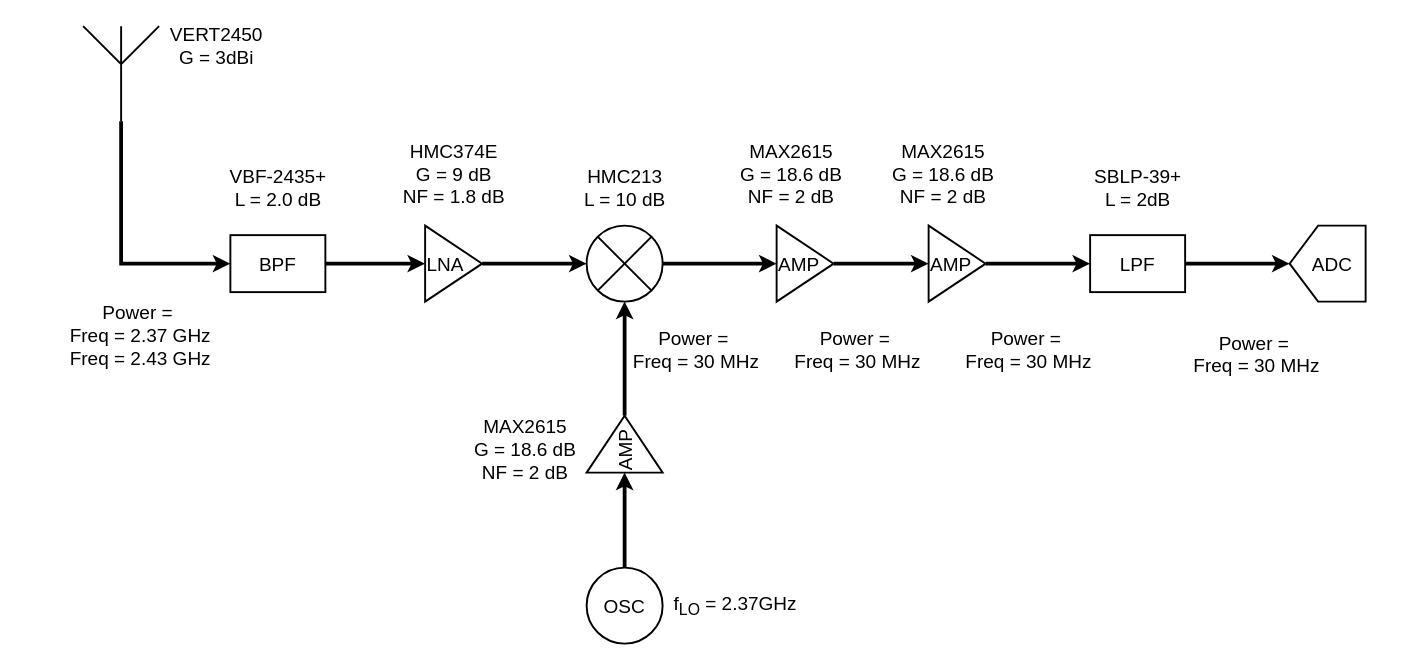
Before: Receiver.drawio in chenbin234/MCC125-Wireless-link-project, a draw.io diagram. Source tidied: cells renumbered, new cells numbered last; positions are measured from the earlier drawing's top-left corner, leaving out a move shared by most shapes. Both pictures are drawn from the tidied source at 95%, with x=0, y=0 at pixel (59, 16).
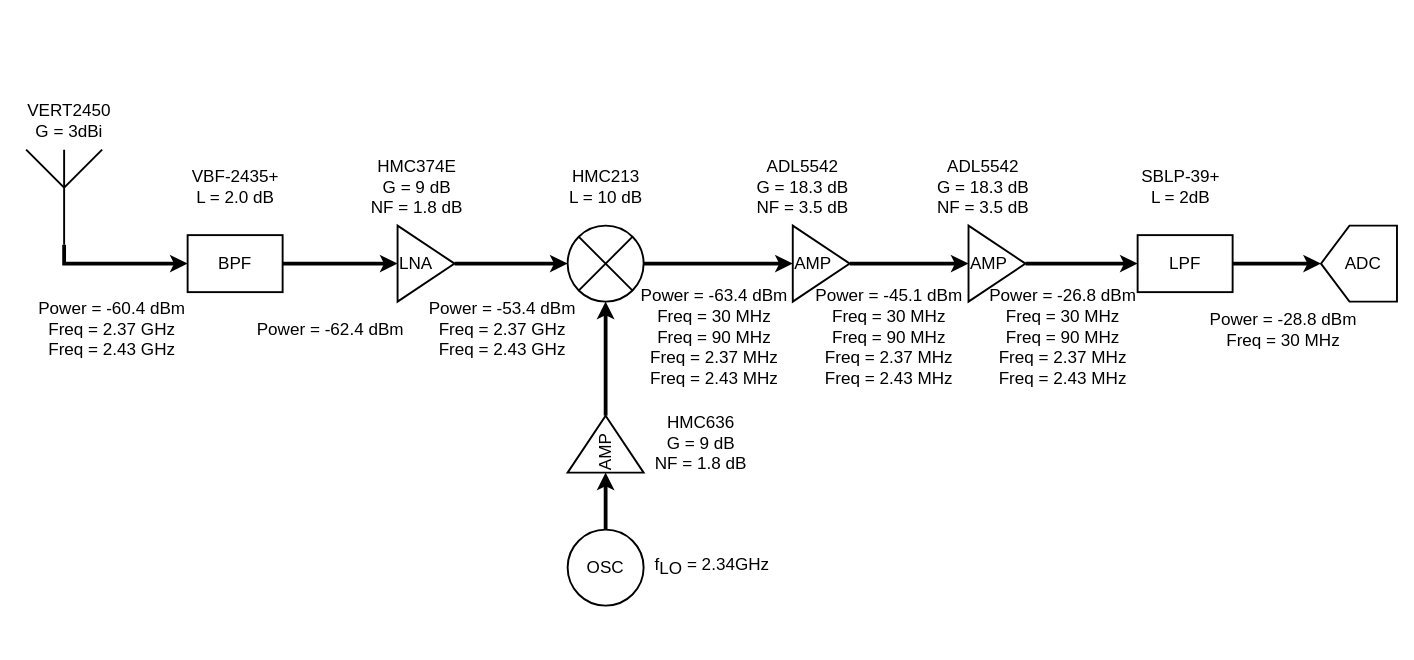
The same diagram, later.

The edit, as a diff of the source:
```diff
@@
-    <mxCell id="2" style="edgeStyle=orthogonalEdgeStyle;rounded=0;jettySize=auto;html=1;exitX=0.5;exitY=1;exitDx=0;exitDy=0;exitPerimeter=0;entryX=0;entryY=0.5;entryDx=0;entryDy=0;strokeWidth=4;" parent="1" edge="1" source="3" target="5">
+    <mxCell id="2" style="edgeStyle=orthogonalEdgeStyle;rounded=0;jettySize=auto;html=1;exitX=0.5;exitY=1;exitDx=0;exitDy=0;exitPerimeter=0;entryX=0;entryY=0.5;entryDx=0;entryDy=0;strokeWidth=4;fontSize=18;" parent="1" edge="1" source="3" target="5">
       <mxGeometry relative="1" as="geometry">
         <Array as="points">
-          <mxPoint x="65" y="110" />
-          <mxPoint x="65" y="260" />
+          <mxPoint x="5" y="260" />
         </Array>
       </mxGeometry>
     </mxCell>
-    <mxCell id="3" style="verticalLabelPosition=bottom;shadow=0;dashed=0;align=center;html=1;verticalAlign=top;shape=mxgraph.electrical.radio.aerial_-_antenna_1;strokeWidth=2;" parent="1" vertex="1">
-      <mxGeometry x="25" y="10" width="80" height="100" as="geometry" />
+    <mxCell id="3" style="verticalLabelPosition=bottom;shadow=0;dashed=0;align=center;html=1;verticalAlign=top;shape=mxgraph.electrical.radio.aerial_-_antenna_1;strokeWidth=2;fontSize=18;" parent="1" vertex="1">
+      <mxGeometry x="-35" y="140" width="80" height="100" as="geometry" />
     </mxCell>
-    <mxCell id="4" style="edgeStyle=orthogonalEdgeStyle;rounded=0;jettySize=auto;html=1;entryX=0;entryY=0.5;entryDx=0;entryDy=0;strokeWidth=4;" parent="1" edge="1" source="5" target="7">
+    <mxCell id="4" style="edgeStyle=orthogonalEdgeStyle;rounded=0;jettySize=auto;html=1;entryX=0;entryY=0.5;entryDx=0;entryDy=0;strokeWidth=4;fontSize=18;" parent="1" edge="1" source="5" target="7">
       <mxGeometry relative="1" as="geometry" />
     </mxCell>
-    <mxCell id="5" value="&lt;font style=&quot;font-size: 20px;&quot;&gt;BPF&lt;/font&gt;" style="rounded=0;whiteSpace=wrap;html=1;strokeWidth=2;" parent="1" vertex="1">
-      <mxGeometry x="180" y="230" width="100" height="60" as="geometry" />
+    <mxCell id="5" value="&lt;font style=&quot;font-size: 18px;&quot;&gt;BPF&lt;/font&gt;" style="rounded=0;whiteSpace=wrap;html=1;strokeWidth=2;fontSize=18;" parent="1" vertex="1">
+      <mxGeometry x="135" y="230" width="100" height="60" as="geometry" />
     </mxCell>
-    <mxCell id="6" style="edgeStyle=orthogonalEdgeStyle;rounded=0;jettySize=auto;html=1;entryX=0;entryY=0.5;entryDx=0;entryDy=0;strokeWidth=4;" parent="1" edge="1" source="7" target="9">
+    <mxCell id="6" style="edgeStyle=orthogonalEdgeStyle;rounded=0;jettySize=auto;html=1;entryX=0;entryY=0.5;entryDx=0;entryDy=0;strokeWidth=4;fontSize=18;" parent="1" edge="1" source="7" target="9">
       <mxGeometry relative="1" as="geometry" />
     </mxCell>
-    <mxCell id="7" value="&lt;font style=&quot;font-size: 20px;&quot;&gt;LNA&lt;/font&gt;" style="triangle;whiteSpace=wrap;html=1;strokeWidth=2;align=left;" parent="1" vertex="1">
-      <mxGeometry x="385" y="220" width="60" height="80" as="geometry" />
+    <mxCell id="7" value="&lt;font style=&quot;font-size: 18px;&quot;&gt;LNA&lt;/font&gt;" style="triangle;whiteSpace=wrap;html=1;strokeWidth=2;align=left;fontSize=18;" parent="1" vertex="1">
+      <mxGeometry x="356" y="220" width="60" height="80" as="geometry" />
     </mxCell>
-    <mxCell id="8" style="edgeStyle=orthogonalEdgeStyle;rounded=0;jettySize=auto;html=1;exitX=1;exitY=0.5;exitDx=0;exitDy=0;entryX=0;entryY=0.5;entryDx=0;entryDy=0;strokeWidth=4;" parent="1" edge="1" source="9" target="11">
+    <mxCell id="8" style="edgeStyle=orthogonalEdgeStyle;rounded=0;jettySize=auto;html=1;exitX=1;exitY=0.5;exitDx=0;exitDy=0;entryX=0;entryY=0.5;entryDx=0;entryDy=0;strokeWidth=4;fontSize=18;" parent="1" edge="1" source="9" target="11">
       <mxGeometry relative="1" as="geometry" />
     </mxCell>
-    <mxCell id="9" style="shape=sumEllipse;perimeter=ellipsePerimeter;whiteSpace=wrap;html=1;backgroundOutline=1;strokeWidth=2;" parent="1" vertex="1">
-      <mxGeometry x="555" y="220" width="80" height="80" as="geometry" />
+    <mxCell id="9" style="shape=sumEllipse;perimeter=ellipsePerimeter;whiteSpace=wrap;html=1;backgroundOutline=1;strokeWidth=2;fontSize=18;" parent="1" vertex="1">
+      <mxGeometry x="535" y="220" width="80" height="80" as="geometry" />
     </mxCell>
-    <mxCell id="10" style="edgeStyle=orthogonalEdgeStyle;rounded=0;jettySize=auto;html=1;exitX=1;exitY=0.5;exitDx=0;exitDy=0;entryX=0;entryY=0.5;entryDx=0;entryDy=0;strokeWidth=4;" parent="1" edge="1" source="11" target="13">
+    <mxCell id="10" style="edgeStyle=orthogonalEdgeStyle;rounded=0;jettySize=auto;html=1;exitX=1;exitY=0.5;exitDx=0;exitDy=0;entryX=0;entryY=0.5;entryDx=0;entryDy=0;strokeWidth=4;fontSize=18;" parent="1" edge="1" source="11" target="13">
       <mxGeometry relative="1" as="geometry" />
     </mxCell>
-    <mxCell id="11" value="&lt;font style=&quot;font-size: 20px;&quot;&gt;AMP&lt;/font&gt;" style="triangle;whiteSpace=wrap;html=1;strokeWidth=2;align=left;" parent="1" vertex="1">
-      <mxGeometry x="755" y="220" width="60" height="80" as="geometry" />
+    <mxCell id="11" value="&lt;font style=&quot;font-size: 18px;&quot;&gt;AMP&lt;/font&gt;" style="triangle;whiteSpace=wrap;html=1;strokeWidth=2;align=left;fontSize=18;" parent="1" vertex="1">
+      <mxGeometry x="772" y="220" width="60" height="80" as="geometry" />
     </mxCell>
-    <mxCell id="12" style="edgeStyle=orthogonalEdgeStyle;rounded=0;jettySize=auto;html=1;exitX=1;exitY=0.5;exitDx=0;exitDy=0;strokeWidth=4;" parent="1" edge="1" source="13" target="15">
+    <mxCell id="12" style="edgeStyle=orthogonalEdgeStyle;rounded=0;jettySize=auto;html=1;exitX=1;exitY=0.5;exitDx=0;exitDy=0;strokeWidth=4;fontSize=18;" parent="1" edge="1" source="13" target="15">
       <mxGeometry relative="1" as="geometry" />
     </mxCell>
-    <mxCell id="13" value="&lt;font style=&quot;font-size: 20px;&quot;&gt;AMP&lt;/font&gt;" style="triangle;whiteSpace=wrap;html=1;strokeWidth=2;align=left;" parent="1" vertex="1">
-      <mxGeometry x="915" y="220" width="60" height="80" as="geometry" />
+    <mxCell id="13" value="&lt;font style=&quot;font-size: 18px;&quot;&gt;AMP&lt;/font&gt;" style="triangle;whiteSpace=wrap;html=1;strokeWidth=2;align=left;fontSize=18;" parent="1" vertex="1">
+      <mxGeometry x="957" y="220" width="60" height="80" as="geometry" />
     </mxCell>
-    <mxCell id="14" style="edgeStyle=orthogonalEdgeStyle;rounded=0;jettySize=auto;html=1;entryX=0.5;entryY=1;entryDx=0;entryDy=0;strokeWidth=4;" parent="1" edge="1" source="15" target="20">
+    <mxCell id="14" style="edgeStyle=orthogonalEdgeStyle;rounded=0;jettySize=auto;html=1;entryX=0.5;entryY=1;entryDx=0;entryDy=0;strokeWidth=4;fontSize=18;" parent="1" edge="1" source="15" target="20">
       <mxGeometry relative="1" as="geometry" />
     </mxCell>
-    <mxCell id="15" value="&lt;font style=&quot;font-size: 20px;&quot;&gt;LPF&lt;/font&gt;" style="rounded=0;whiteSpace=wrap;html=1;strokeWidth=2;" parent="1" vertex="1">
-      <mxGeometry x="1085" y="230" width="100" height="60" as="geometry" />
+    <mxCell id="15" value="&lt;font style=&quot;font-size: 18px;&quot;&gt;LPF&lt;/font&gt;" style="rounded=0;whiteSpace=wrap;html=1;strokeWidth=2;fontSize=18;" parent="1" vertex="1">
+      <mxGeometry x="1135" y="230" width="100" height="60" as="geometry" />
     </mxCell>
-    <mxCell id="16" style="edgeStyle=orthogonalEdgeStyle;rounded=0;jettySize=auto;html=1;entryX=0;entryY=0.5;entryDx=0;entryDy=0;strokeWidth=4;" parent="1" edge="1" source="17" target="19">
+    <mxCell id="16" style="edgeStyle=orthogonalEdgeStyle;rounded=0;jettySize=auto;html=1;entryX=0;entryY=0.5;entryDx=0;entryDy=0;strokeWidth=4;fontSize=18;" parent="1" edge="1" source="17" target="19">
       <mxGeometry relative="1" as="geometry" />
     </mxCell>
-    <mxCell id="17" value="&lt;font style=&quot;font-size: 20px;&quot;&gt;OSC&lt;/font&gt;" style="ellipse;whiteSpace=wrap;html=1;strokeWidth=2;" parent="1" vertex="1">
-      <mxGeometry x="555" y="580" width="80" height="80" as="geometry" />
+    <mxCell id="17" value="&lt;font style=&quot;font-size: 18px;&quot;&gt;OSC&lt;/font&gt;" style="ellipse;whiteSpace=wrap;html=1;strokeWidth=2;fontSize=18;" parent="1" vertex="1">
+      <mxGeometry x="535" y="540" width="80" height="80" as="geometry" />
     </mxCell>
-    <mxCell id="18" style="edgeStyle=orthogonalEdgeStyle;rounded=0;jettySize=auto;html=1;exitX=1;exitY=0.5;exitDx=0;exitDy=0;entryX=0.5;entryY=1;entryDx=0;entryDy=0;strokeWidth=4;" parent="1" edge="1" source="19" target="9">
+    <mxCell id="18" style="edgeStyle=orthogonalEdgeStyle;rounded=0;jettySize=auto;html=1;exitX=1;exitY=0.5;exitDx=0;exitDy=0;entryX=0.5;entryY=1;entryDx=0;entryDy=0;strokeWidth=4;fontSize=18;" parent="1" edge="1" source="19" target="9">
       <mxGeometry relative="1" as="geometry" />
     </mxCell>
-    <mxCell id="19" value="&lt;font style=&quot;font-size: 20px;&quot;&gt;AMP&lt;/font&gt;" style="triangle;whiteSpace=wrap;html=1;rotation=-90;strokeWidth=2;horizontal=1;align=left;" parent="1" vertex="1">
-      <mxGeometry x="565" y="410" width="60" height="80" as="geometry" />
+    <mxCell id="19" value="&lt;font style=&quot;font-size: 18px;&quot;&gt;AMP&lt;/font&gt;" style="triangle;whiteSpace=wrap;html=1;rotation=-90;strokeWidth=2;horizontal=1;align=left;fontSize=18;" parent="1" vertex="1">
+      <mxGeometry x="545" y="410" width="60" height="80" as="geometry" />
     </mxCell>
-    <mxCell id="20" value="&lt;font style=&quot;font-size: 20px;&quot;&gt;&amp;nbsp; ADC&lt;/font&gt;" style="shape=offPageConnector;whiteSpace=wrap;html=1;rotation=90;strokeWidth=2;align=center;horizontal=0;" parent="1" vertex="1">
-      <mxGeometry x="1295" y="220" width="80" height="80" as="geometry" />
+    <mxCell id="20" value="&lt;font style=&quot;font-size: 18px;&quot;&gt;&amp;nbsp; ADC&lt;/font&gt;" style="shape=offPageConnector;whiteSpace=wrap;html=1;rotation=90;strokeWidth=2;align=center;horizontal=0;fontSize=18;" parent="1" vertex="1">
+      <mxGeometry x="1328" y="220" width="80" height="80" as="geometry" />
     </mxCell>
-    <mxCell id="21" value="&lt;font style=&quot;font-size: 20px;&quot;&gt;HMC374E&lt;br&gt;G = 9 dB&lt;br&gt;NF = 1.8 dB&lt;br&gt;&lt;/font&gt;" style="text;html=1;align=center;verticalAlign=middle;strokeColor=none;fillColor=none;" parent="1" vertex="1">
-      <mxGeometry x="350" y="120" width="130" height="90" as="geometry" />
+    <mxCell id="21" value="&lt;font style=&quot;font-size: 18px;&quot;&gt;HMC374E&lt;br style=&quot;font-size: 18px;&quot;&gt;G = 9 dB&lt;br style=&quot;font-size: 18px;&quot;&gt;NF = 1.8 dB&lt;br style=&quot;font-size: 18px;&quot;&gt;&lt;/font&gt;" style="text;html=1;align=center;verticalAlign=middle;strokeColor=none;fillColor=none;fontSize=18;" parent="1" vertex="1">
+      <mxGeometry x="316" y="140" width="120" height="80" as="geometry" />
     </mxCell>
-    <mxCell id="22" value="&lt;font style=&quot;font-size: 20px;&quot;&gt;VBF-2435+&lt;br&gt;L = 2.0 dB&lt;br&gt;&lt;/font&gt;" style="text;html=1;align=center;verticalAlign=middle;strokeColor=none;fillColor=none;" parent="1" vertex="1">
-      <mxGeometry x="165" y="150" width="130" height="60" as="geometry" />
+    <mxCell id="22" value="&lt;font style=&quot;font-size: 18px;&quot;&gt;VBF-2435+&lt;br style=&quot;font-size: 18px;&quot;&gt;L = 2.0 dB&lt;br style=&quot;font-size: 18px;&quot;&gt;&lt;/font&gt;" style="text;html=1;align=center;verticalAlign=middle;strokeColor=none;fillColor=none;fontSize=18;" parent="1" vertex="1">
+      <mxGeometry x="125" y="150" width="120" height="60" as="geometry" />
     </mxCell>
-    <mxCell id="23" value="&lt;font style=&quot;font-size: 20px;&quot;&gt;f&lt;sub&gt;LO&lt;/sub&gt; = 2.37GHz&lt;/font&gt;" style="text;html=1;align=left;verticalAlign=middle;strokeColor=none;fillColor=none;" parent="1" vertex="1">
-      <mxGeometry x="645" y="600" width="150" height="40" as="geometry" />
+    <mxCell id="23" value="&lt;font style=&quot;font-size: 18px;&quot;&gt;f&lt;sub style=&quot;font-size: 18px;&quot;&gt;LO&lt;/sub&gt; = 2.34GHz&lt;/font&gt;" style="text;html=1;align=left;verticalAlign=middle;strokeColor=none;fillColor=none;fontSize=18;" parent="1" vertex="1">
+      <mxGeometry x="625" y="560" width="140" height="40" as="geometry" />
     </mxCell>
-    <mxCell id="24" value="&lt;font style=&quot;font-size: 20px;&quot;&gt;HMC213&lt;br&gt;L = 10 dB&lt;br&gt;&lt;/font&gt;" style="text;html=1;align=center;verticalAlign=middle;strokeColor=none;fillColor=none;" parent="1" vertex="1">
-      <mxGeometry x="540" y="150" width="110" height="60" as="geometry" />
+    <mxCell id="24" value="&lt;font style=&quot;font-size: 18px;&quot;&gt;HMC213&lt;br style=&quot;font-size: 18px;&quot;&gt;L = 10 dB&lt;br style=&quot;font-size: 18px;&quot;&gt;&lt;/font&gt;" style="text;html=1;align=center;verticalAlign=middle;strokeColor=none;fillColor=none;fontSize=18;" parent="1" vertex="1">
+      <mxGeometry x="525" y="150" width="100" height="60" as="geometry" />
     </mxCell>
-    <mxCell id="25" value="&lt;font style=&quot;font-size: 20px;&quot;&gt;SBLP-39+&lt;br&gt;L = 2dB&lt;/font&gt;" style="text;html=1;align=center;verticalAlign=middle;strokeColor=none;fillColor=none;" parent="1" vertex="1">
-      <mxGeometry x="1075" y="150" width="120" height="60" as="geometry" />
+    <mxCell id="25" value="&lt;font style=&quot;font-size: 18px;&quot;&gt;SBLP-39+&lt;br style=&quot;font-size: 18px;&quot;&gt;L = 2dB&lt;/font&gt;" style="text;html=1;align=center;verticalAlign=middle;strokeColor=none;fillColor=none;fontSize=18;" parent="1" vertex="1">
+      <mxGeometry x="1125" y="150" width="110" height="60" as="geometry" />
     </mxCell>
-    <mxCell id="26" value="&lt;font style=&quot;font-size: 20px;&quot;&gt;VERT2450&lt;br&gt;G = 3dBi&lt;/font&gt;" style="text;html=1;align=center;verticalAlign=middle;strokeColor=none;fillColor=none;" parent="1" vertex="1">
-      <mxGeometry x="105" width="120" height="60" as="geometry" />
+    <mxCell id="26" value="&lt;font style=&quot;font-size: 18px;&quot;&gt;VERT2450&lt;br style=&quot;font-size: 18px;&quot;&gt;G = 3dBi&lt;/font&gt;" style="text;html=1;align=center;verticalAlign=middle;strokeColor=none;fillColor=none;fontSize=18;" parent="1" vertex="1">
+      <mxGeometry x="-45" y="80" width="110" height="60" as="geometry" />
     </mxCell>
-    <mxCell id="27" value="&lt;font style=&quot;font-size: 20px;&quot;&gt;Power =&amp;nbsp;&lt;br&gt;Freq = 2.37 GHz&lt;br&gt;Freq = 2.43 GHz&lt;/font&gt;" style="text;html=1;align=center;verticalAlign=middle;strokeColor=none;fillColor=none;" parent="1" vertex="1">
-      <mxGeometry y="290" width="170" height="90" as="geometry" />
+    <mxCell id="27" value="&lt;font style=&quot;font-size: 18px;&quot;&gt;Power = -60.4 dBm&lt;br style=&quot;font-size: 18px;&quot;&gt;Freq = 2.37 GHz&lt;br style=&quot;font-size: 18px;&quot;&gt;Freq = 2.43 GHz&lt;/font&gt;" style="text;html=1;align=center;verticalAlign=middle;strokeColor=none;fillColor=none;fontSize=18;" parent="1" vertex="1">
+      <mxGeometry x="-35" y="290" width="180" height="80" as="geometry" />
     </mxCell>
-    <mxCell id="28" value="&lt;font style=&quot;font-size: 20px;&quot;&gt;Power =&amp;nbsp;&lt;br&gt;Freq = 30 MHz&lt;br&gt;&lt;/font&gt;" style="text;html=1;align=center;verticalAlign=middle;strokeColor=none;fillColor=none;" parent="1" vertex="1">
-      <mxGeometry x="1180" y="325" width="160" height="60" as="geometry" />
+    <mxCell id="28" value="&lt;font style=&quot;font-size: 18px;&quot;&gt;Power = -28.8 dBm&lt;br style=&quot;font-size: 18px;&quot;&gt;Freq = 30 MHz&lt;br style=&quot;font-size: 18px;&quot;&gt;&lt;/font&gt;" style="text;html=1;align=center;verticalAlign=middle;strokeColor=none;fillColor=none;fontSize=18;" parent="1" vertex="1">
+      <mxGeometry x="1198" y="300" width="180" height="60" as="geometry" />
     </mxCell>
-    <mxCell id="29" value="&lt;font style=&quot;font-size: 20px;&quot;&gt;Power =&amp;nbsp;&lt;br&gt;Freq = 30 MHz&lt;br&gt;&lt;/font&gt;" style="text;html=1;align=center;verticalAlign=middle;strokeColor=none;fillColor=none;" parent="1" vertex="1">
-      <mxGeometry x="940" y="320" width="160" height="60" as="geometry" />
-    </mxCell>
-    <mxCell id="30" value="&lt;font style=&quot;font-size: 20px;&quot;&gt;Power =&amp;nbsp;&lt;br&gt;Freq = 30 MHz&lt;br&gt;&lt;/font&gt;" style="text;html=1;align=center;verticalAlign=middle;strokeColor=none;fillColor=none;" parent="1" vertex="1">
-      <mxGeometry x="760" y="320" width="160" height="60" as="geometry" />
-    </mxCell>
-    <mxCell id="31" value="&lt;font style=&quot;font-size: 20px;&quot;&gt;Power =&amp;nbsp;&lt;br&gt;Freq = 30 MHz&lt;br&gt;&lt;/font&gt;" style="text;html=1;align=center;verticalAlign=middle;strokeColor=none;fillColor=none;" parent="1" vertex="1">
-      <mxGeometry x="590" y="320" width="160" height="60" as="geometry" />
+    <mxCell id="31" value="&lt;font style=&quot;font-size: 18px;&quot;&gt;&lt;br&gt;Power = -63.4 dBm&lt;br style=&quot;font-size: 18px;&quot;&gt;Freq = 30 MHz&lt;br&gt;Freq = 90 MHz&lt;br&gt;Freq = 2.37 MHz&lt;br&gt;Freq = 2.43 MHz&lt;br style=&quot;font-size: 18px;&quot;&gt;&lt;/font&gt;" style="text;html=1;align=center;verticalAlign=middle;strokeColor=none;fillColor=none;fontSize=18;" parent="1" vertex="1">
+      <mxGeometry x="599" y="257" width="180" height="140" as="geometry" />
     </mxCell>
-    <mxCell id="32" value="MAX2615&lt;br style=&quot;font-size: 20px;&quot;&gt;G = 18.6 dB&lt;br style=&quot;font-size: 20px;&quot;&gt;NF = 2 dB" style="text;html=1;align=center;verticalAlign=middle;strokeColor=none;fillColor=none;fontSize=20;" parent="1" vertex="1">
-      <mxGeometry x="425" y="410" width="130" height="90" as="geometry" />
-    </mxCell>
-    <mxCell id="33" value="MAX2615&lt;br style=&quot;font-size: 20px;&quot;&gt;G = 18.6 dB&lt;br style=&quot;font-size: 20px;&quot;&gt;NF = 2 dB" style="text;html=1;align=center;verticalAlign=middle;strokeColor=none;fillColor=none;fontSize=20;" parent="1" vertex="1">
-      <mxGeometry x="705" y="120" width="130" height="90" as="geometry" />
+    <mxCell id="33" value="ADL5542&lt;br style=&quot;font-size: 18px;&quot;&gt;G = 18.3 dB&lt;br style=&quot;font-size: 18px;&quot;&gt;NF = 3.5 dB" style="text;html=1;align=center;verticalAlign=middle;strokeColor=none;fillColor=none;fontSize=18;" parent="1" vertex="1">
+      <mxGeometry x="722" y="140" width="120" height="80" as="geometry" />
     </mxCell>
-    <mxCell id="34" value="MAX2615&lt;br style=&quot;font-size: 20px;&quot;&gt;G = 18.6 dB&lt;br style=&quot;font-size: 20px;&quot;&gt;NF = 2 dB" style="text;html=1;align=center;verticalAlign=middle;strokeColor=none;fillColor=none;fontSize=20;" parent="1" vertex="1">
-      <mxGeometry x="865" y="120" width="130" height="90" as="geometry" />
+    <mxCell id="34" value="ADL5542&lt;br style=&quot;font-size: 18px;&quot;&gt;G = 18.3 dB&lt;br style=&quot;font-size: 18px;&quot;&gt;NF = 3.5 dB" style="text;html=1;align=center;verticalAlign=middle;strokeColor=none;fillColor=none;fontSize=18;" parent="1" vertex="1">
+      <mxGeometry x="912" y="140" width="120" height="80" as="geometry" />
     </mxCell>
+    <mxCell id="35" value="&lt;font style=&quot;font-size: 18px;&quot;&gt;Power = -62.4 dBm&lt;br&gt;&lt;/font&gt;" style="text;html=1;align=center;verticalAlign=middle;strokeColor=none;fillColor=none;fontSize=18;" parent="1" vertex="1">
+      <mxGeometry x="195" y="310" width="180" height="40" as="geometry" />
+    </mxCell>
+    <mxCell id="36" value="&lt;font style=&quot;font-size: 18px;&quot;&gt;Power = -53.4 dBm&lt;br style=&quot;font-size: 18px;&quot;&gt;Freq = 2.37 GHz&lt;br style=&quot;font-size: 18px;&quot;&gt;Freq = 2.43 GHz&lt;/font&gt;" style="text;html=1;align=center;verticalAlign=middle;strokeColor=none;fillColor=none;fontSize=18;" parent="1" vertex="1">
+      <mxGeometry x="376" y="290" width="180" height="80" as="geometry" />
+    </mxCell>
+    <mxCell id="37" value="&lt;font style=&quot;font-size: 18px;&quot;&gt;HMC636&lt;br style=&quot;font-size: 18px;&quot;&gt;G = 9 dB&lt;br style=&quot;font-size: 18px;&quot;&gt;NF = 1.8 dB&lt;br style=&quot;font-size: 18px;&quot;&gt;&lt;/font&gt;" style="text;html=1;align=center;verticalAlign=middle;strokeColor=none;fillColor=none;fontSize=18;" parent="1" vertex="1">
+      <mxGeometry x="615" y="410" width="120" height="80" as="geometry" />
+    </mxCell>
+    <mxCell id="38" value="&lt;font style=&quot;font-size: 18px;&quot;&gt;&lt;br&gt;Power = -45.1 dBm&lt;br style=&quot;font-size: 18px;&quot;&gt;Freq = 30 MHz&lt;br&gt;Freq = 90 MHz&lt;br&gt;Freq = 2.37 MHz&lt;br&gt;Freq = 2.43 MHz&lt;br style=&quot;font-size: 18px;&quot;&gt;&lt;/font&gt;" style="text;html=1;align=center;verticalAlign=middle;strokeColor=none;fillColor=none;fontSize=18;" parent="1" vertex="1">
+      <mxGeometry x="783" y="257" width="180" height="140" as="geometry" />
+    </mxCell>
+    <mxCell id="39" value="&lt;font style=&quot;font-size: 18px;&quot;&gt;&lt;br&gt;Power = -26.8 dBm&lt;br style=&quot;font-size: 18px;&quot;&gt;Freq = 30 MHz&lt;br&gt;Freq = 90 MHz&lt;br&gt;Freq = 2.37 MHz&lt;br&gt;Freq = 2.43 MHz&lt;br style=&quot;font-size: 18px;&quot;&gt;&lt;/font&gt;" style="text;html=1;align=center;verticalAlign=middle;strokeColor=none;fillColor=none;fontSize=18;" parent="1" vertex="1">
+      <mxGeometry x="966" y="257" width="180" height="140" as="geometry" />
+    </mxCell>
```
